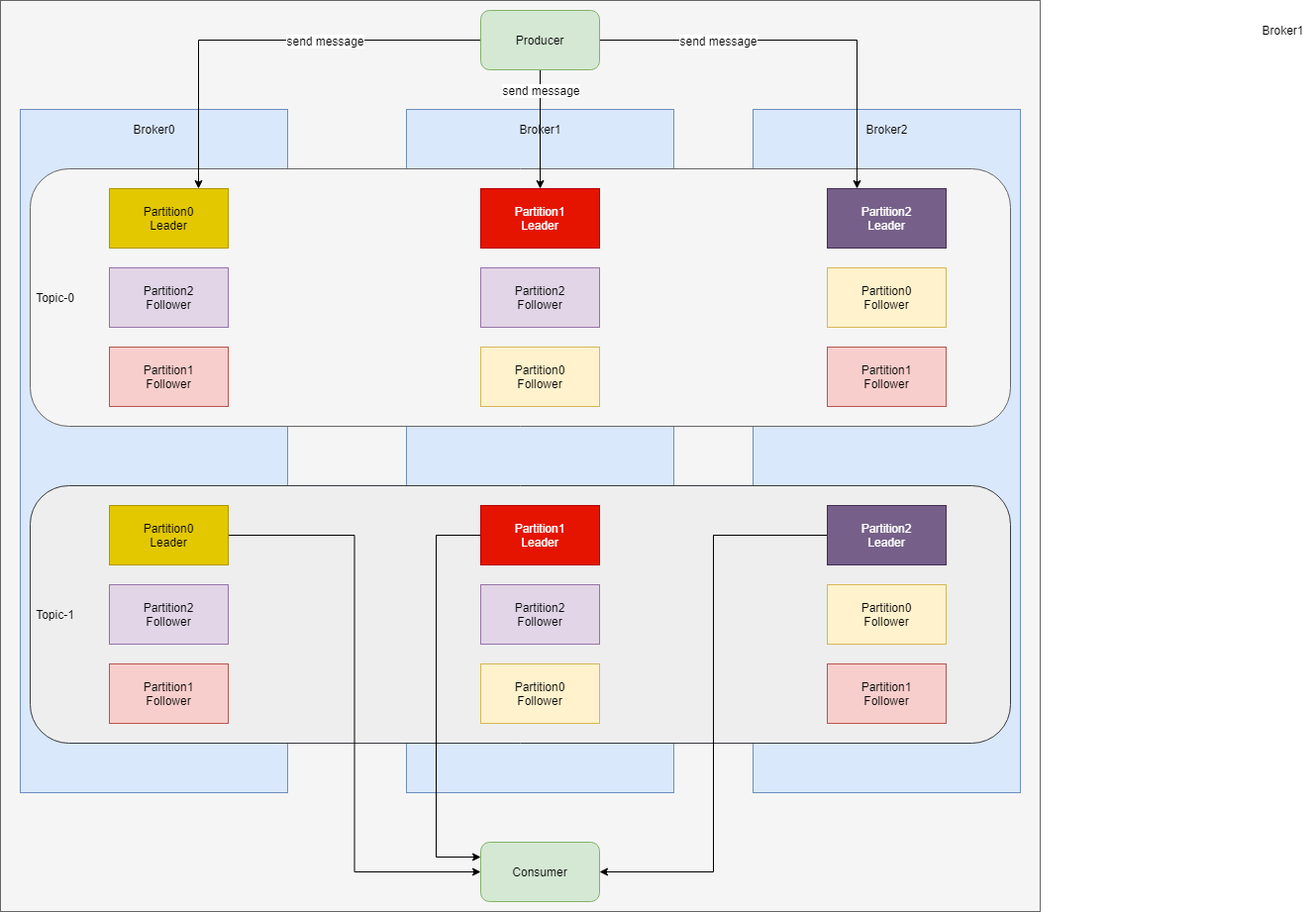
Above: img/kafka-system.png in antonyw/coding-thinking (draw.io), before the change. Source tidied: cells renumbered, new cells last; positions are measured from the earlier drawing's top-left corner, leaving out a move shared by most shapes.
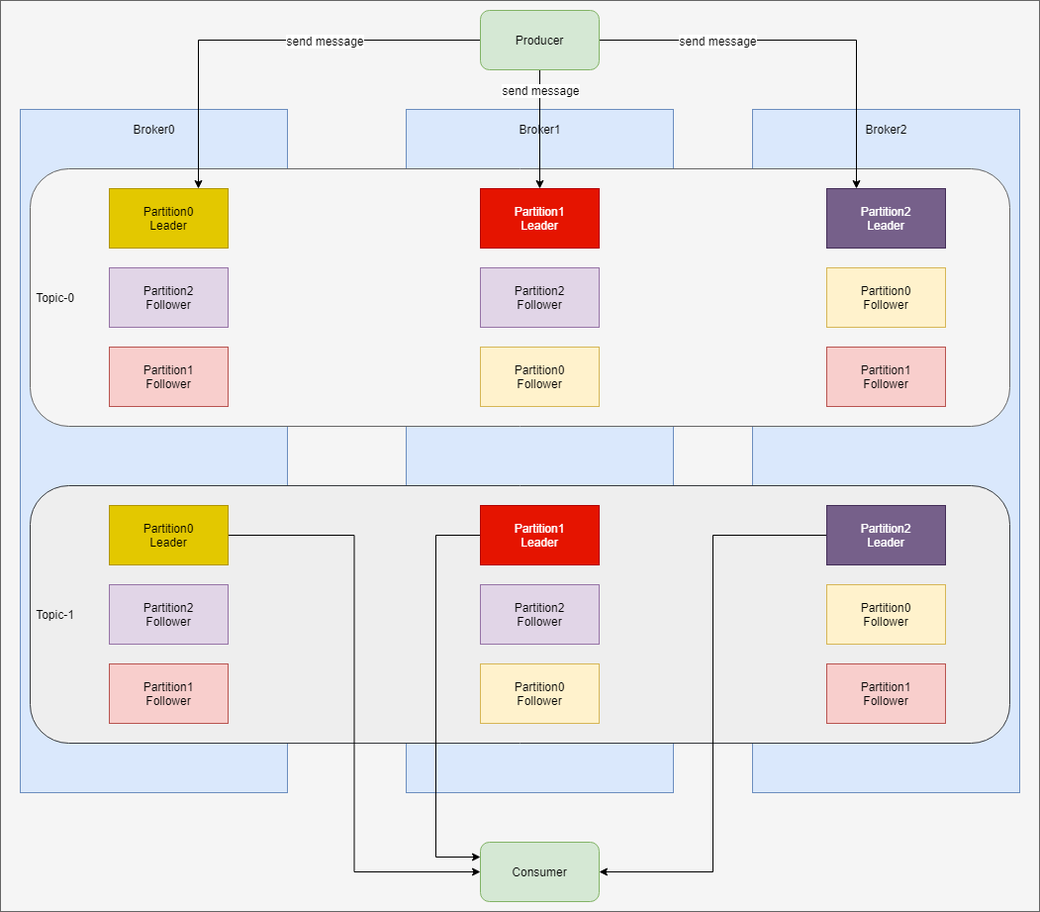
The same diagram one commit later.

Diff of the diagram source:
```diff
@@ -23,9 +23,6 @@
     <mxCell id="8" value="Broker2" style="text;html=1;align=center;verticalAlign=middle;fillColor=none;strokeColor=none;rounded=0;" parent="1" vertex="1">
       <mxGeometry x="865" y="120" width="60" height="20" as="geometry" />
     </mxCell>
-    <mxCell id="9" value="Broker1" style="text;html=1;align=center;verticalAlign=middle;fillColor=none;strokeColor=none;rounded=0;" parent="1" vertex="1">
-      <mxGeometry x="1265" y="20" width="60" height="20" as="geometry" />
-    </mxCell>
     <mxCell id="10" style="rounded=1;whiteSpace=wrap;html=1;fillColor=#f5f5f5;strokeColor=#666666;fontColor=#333333;" parent="1" vertex="1">
       <mxGeometry x="30" y="170" width="990" height="260" as="geometry" />
     </mxCell>
```
